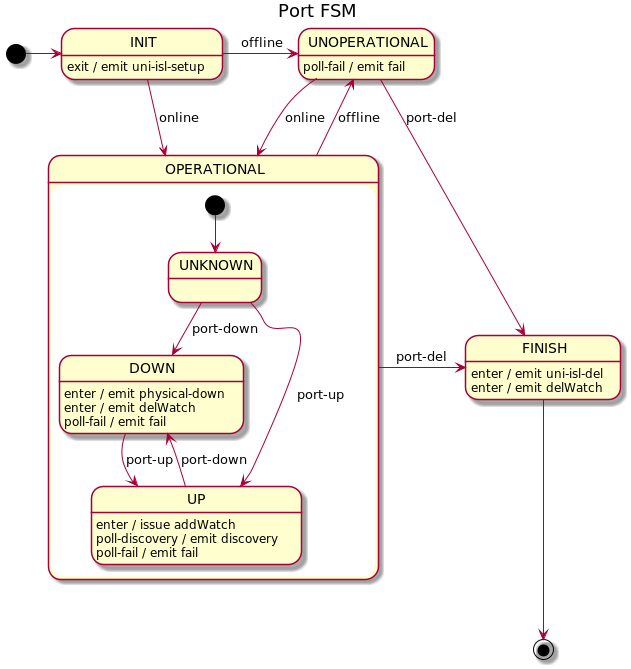
telstra/open-kilda keeps this PlantUML diagram as docs/design/network-discovery/port-FSM.png. Above is the earlier version.
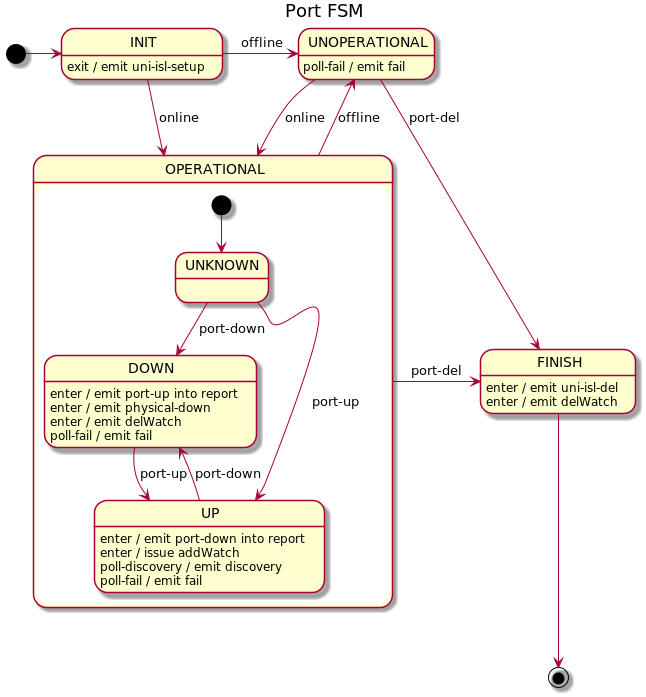
Above is the later version.

Change to the diagram source:
```diff
@@ -14,11 +14,13 @@
     UNKNOWN --> UP : port-up
 
     DOWN --> UP : port-up
+    DOWN : enter / emit port-up into report
     DOWN : enter / emit physical-down
     DOWN : enter / emit delWatch
     DOWN : poll-fail / emit fail
 
     UP --> DOWN : port-down
+    UP : enter / emit port-down into report
     UP : enter / issue addWatch
     UP : poll-discovery / emit discovery
     UP : poll-fail / emit fail
```
